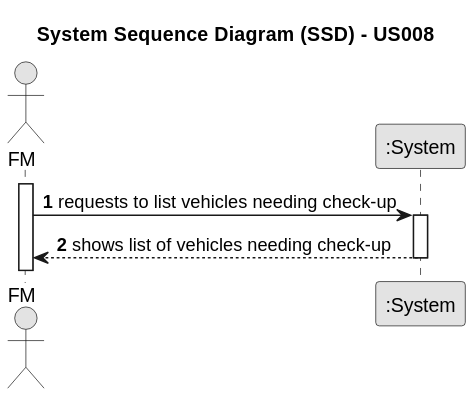
Above: docs/sprintA/us008/01.requirements-engineering/svg/us008-system-sequence-diagram-alternative-one.svg in ricardomm7/leaflink (PlantUML), before the change. Source of this version:
```plantuml
@startuml
skinparam monochrome true
skinparam packageStyle rectangle
skinparam shadowing false

title System Sequence Diagram (SSD) - US008

autonumber

actor "FM" as FM
participant ":System" as System

activate FM

        FM -> System : requests to list vehicles needing check-up
        activate System

            System --> FM : shows list of vehicles needing check-up
        deactivate System
@enduml
```
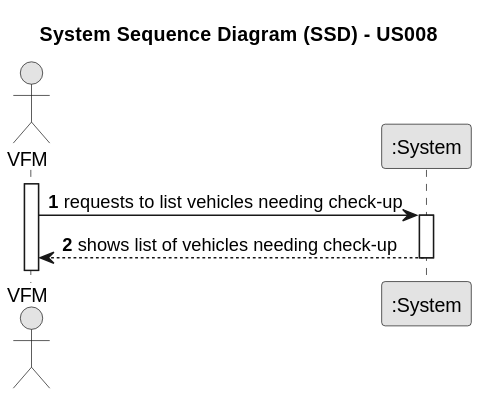
After the change.

What changed in the source:
```diff
@@ -7,14 +7,14 @@
 
 autonumber
 
-actor "FM" as FM
+actor "VFM" as VFM
 participant ":System" as System
 
-activate FM
+activate VFM
 
-        FM -> System : requests to list vehicles needing check-up
+        VFM -> System : requests to list vehicles needing check-up
         activate System
 
-            System --> FM : shows list of vehicles needing check-up
+            System --> VFM : shows list of vehicles needing check-up
         deactivate System
 @enduml
```
